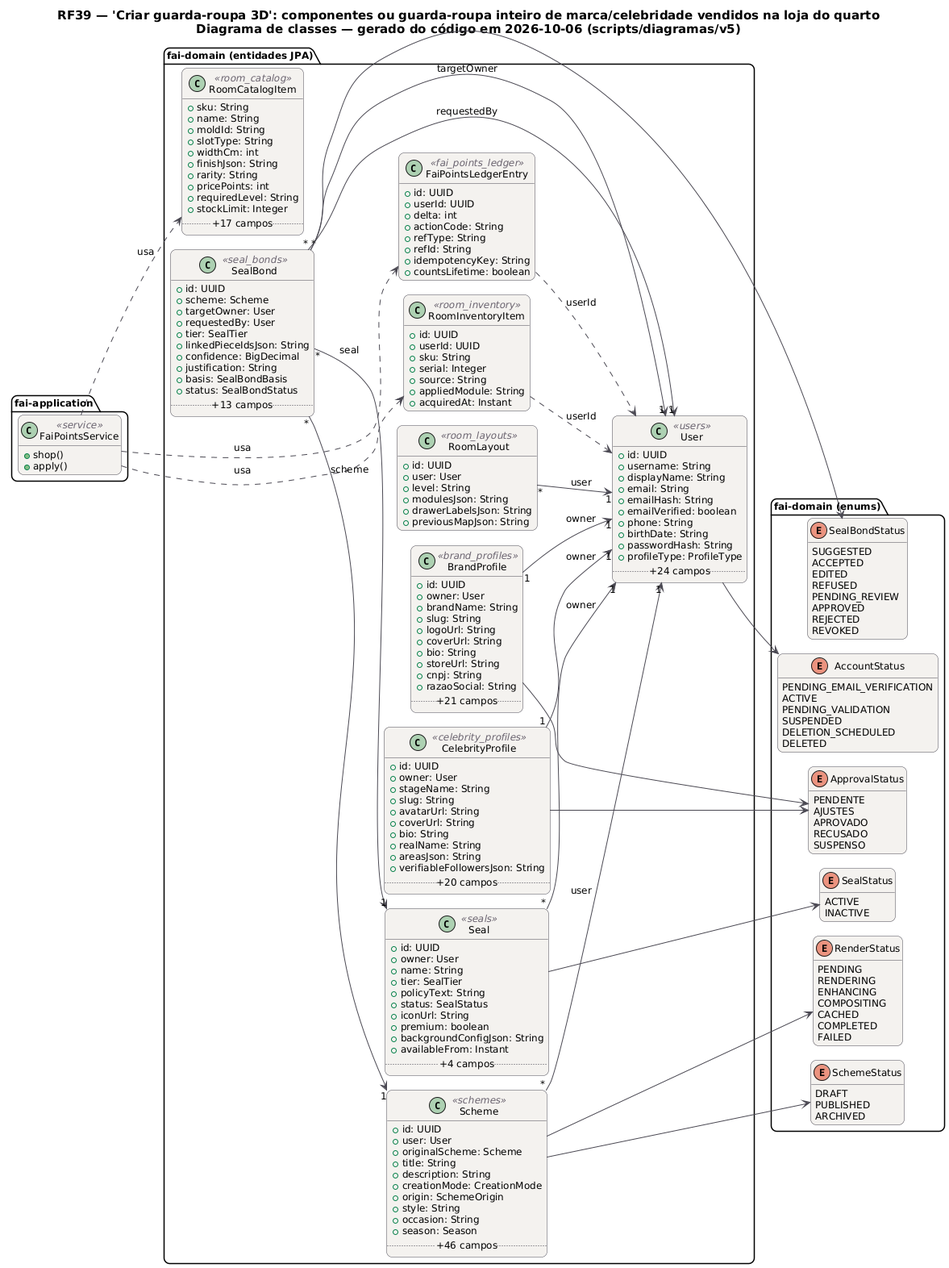
Earlier version of the PlantUML export docs/diagramas/RF39/RF39_Classes.png (MatheusHaliski/tcc-2026-fashion-ai-backend).
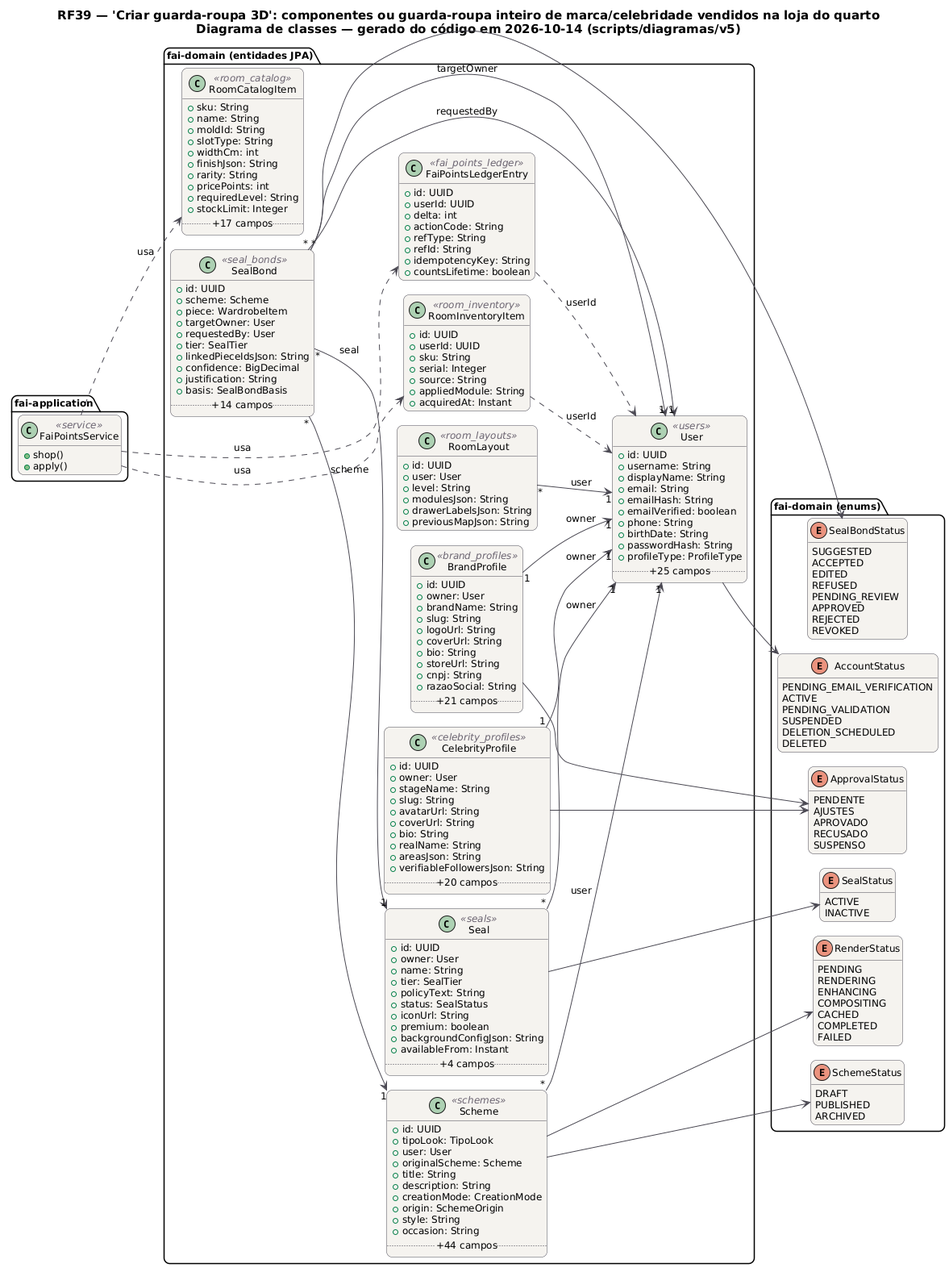
After the commit.

Diff of the diagram source:
```diff
@@ -20,7 +20,7 @@
 }
 hide empty members
 left to right direction
-title RF39 — 'Criar guarda-roupa 3D': componentes ou guarda-roupa inteiro de marca/celebridade vendidos na loja do quarto\nDiagrama de classes — gerado do código em 2026-10-06 (scripts/diagramas/v5)
+title RF39 — 'Criar guarda-roupa 3D': componentes ou guarda-roupa inteiro de marca/celebridade vendidos na loja do quarto\nDiagrama de classes — gerado do código em 2026-10-14 (scripts/diagramas/v5)
 
 package "fai-domain (entidades JPA)" {
   class BrandProfile <<brand_profiles>> {
@@ -91,6 +91,7 @@
   }
   class Scheme <<schemes>> {
     +id: UUID
+    +tipoLook: TipoLook
     +user: User
     +originalScheme: Scheme
     +title: String
@@ -99,8 +100,7 @@
     +origin: SchemeOrigin
     +style: String
     +occasion: String
-    +season: Season
-    .. +46 campos ..
+    .. +44 campos ..
   }
   class Seal <<seals>> {
     +id: UUID
@@ -118,6 +118,7 @@
   class SealBond <<seal_bonds>> {
     +id: UUID
     +scheme: Scheme
+    +piece: WardrobeItem
     +targetOwner: User
     +requestedBy: User
     +tier: SealTier
@@ -125,8 +126,7 @@
     +confidence: BigDecimal
     +justification: String
     +basis: SealBondBasis
-    +status: SealBondStatus
-    .. +13 campos ..
+    .. +14 campos ..
   }
   class User <<users>> {
     +id: UUID
@@ -139,7 +139,7 @@
     +birthDate: String
     +passwordHash: String
     +profileType: ProfileType
-    .. +24 campos ..
+    .. +25 campos ..
   }
 }
 package "fai-domain (enums)" {
```
